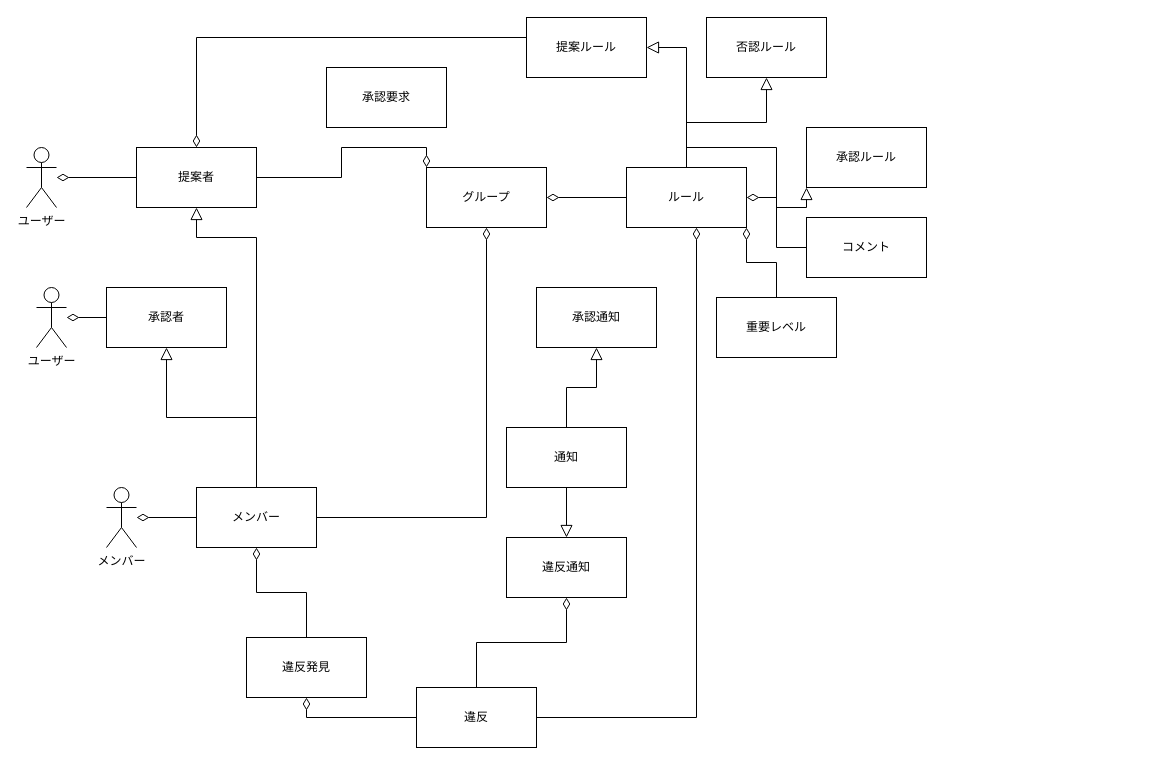
This is docs/diagrams/domain-model.drawio from Kota-Yamaguchi/home-rule-management, a draw.io file, before an edit. Source tidied: cells renumbered, new cells numbered last; positions are measured from the earlier drawing's top-left corner, leaving out a move shared by most shapes. Both pictures are drawn from the tidied source at 100%, with x=0, y=0 at pixel (26, 17).
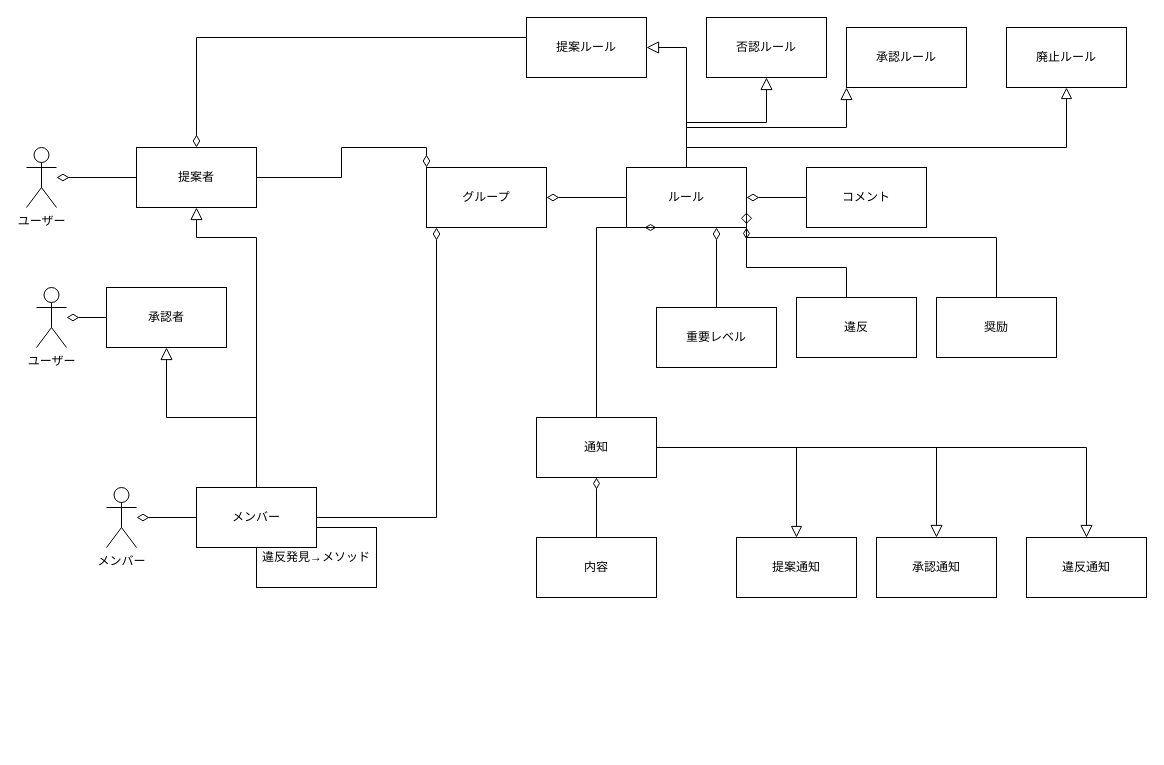
Above is the later version.

Unchanged cells that the change refers to:
```xml
<mxCell id="2" value="グループ" style="rounded=0;whiteSpace=wrap;html=1;" parent="1" vertex="1">
  <mxGeometry x="400" y="150" width="120" height="60" as="geometry" />
</mxCell>
<mxCell id="13" value="ルール" style="rounded=0;whiteSpace=wrap;html=1;" parent="1" vertex="1">
  <mxGeometry x="600" y="150" width="120" height="60" as="geometry" />
</mxCell>
<mxCell id="34" value="メンバー" style="rounded=0;whiteSpace=wrap;html=1;" parent="1" vertex="1">
  <mxGeometry x="170" y="470" width="120" height="60" as="geometry" />
</mxCell>
```

The edit, as a diff of the source:
```diff
@@
+    <mxCell id="41" style="edgeStyle=orthogonalEdgeStyle;rounded=0;jettySize=auto;html=1;entryX=0.5;entryY=1;entryDx=0;entryDy=0;endArrow=block;endFill=0;endSize=9;strokeWidth=1;" parent="1" edge="1" source="13" target="49">
+      <mxGeometry relative="1" as="geometry">
+        <Array as="points">
+          <mxPoint x="660" y="130" />
+          <mxPoint x="1040" y="130" />
+        </Array>
+      </mxGeometry>
+    </mxCell>
@@
-    <mxCell id="15" value="承認要求" style="rounded=0;whiteSpace=wrap;html=1;" parent="1" vertex="1">
-      <mxGeometry x="300" y="50" width="120" height="60" as="geometry" />
-    </mxCell>
@@
     <mxCell id="17" value="コメント" style="rounded=0;whiteSpace=wrap;html=1;" parent="1" vertex="1">
-      <mxGeometry x="780" y="200" width="120" height="60" as="geometry" />
+      <mxGeometry x="780" y="150" width="120" height="60" as="geometry" />
     </mxCell>
@@
-    <mxCell id="19" style="edgeStyle=orthogonalEdgeStyle;rounded=0;jettySize=auto;html=1;endArrow=diamondThin;endFill=0;endSize=10;" parent="1" edge="1" source="21" target="34">
-      <mxGeometry relative="1" as="geometry" />
-    </mxCell>
-    <mxCell id="20" style="edgeStyle=orthogonalEdgeStyle;rounded=0;jettySize=auto;html=1;endArrow=diamondThin;endFill=0;endSize=10;entryX=0.5;entryY=1;entryDx=0;entryDy=0;" parent="1" edge="1" source="34" target="2">
-      <mxGeometry relative="1" as="geometry" />
+    <mxCell id="20" style="edgeStyle=orthogonalEdgeStyle;rounded=0;jettySize=auto;html=1;endArrow=diamondThin;endFill=0;endSize=10;" parent="1" edge="1" source="34">
+      <mxGeometry relative="1" as="geometry">
+        <mxPoint x="410" y="210" as="targetPoint" />
+        <Array as="points">
+          <mxPoint x="410" y="500" />
+          <mxPoint x="410" y="210" />
+        </Array>
+      </mxGeometry>
     </mxCell>
-    <mxCell id="21" value="違反発見" style="rounded=0;whiteSpace=wrap;html=1;" parent="1" vertex="1">
-      <mxGeometry x="220" y="620" width="120" height="60" as="geometry" />
+    <mxCell id="21" value="違反発見→メソッド" style="rounded=0;whiteSpace=wrap;html=1;" parent="1" vertex="1">
+      <mxGeometry x="230" y="510" width="120" height="60" as="geometry" />
     </mxCell>
-    <mxCell id="22" style="edgeStyle=orthogonalEdgeStyle;rounded=0;jettySize=auto;html=1;entryX=1;entryY=1;entryDx=0;entryDy=0;endArrow=diamondThin;endFill=0;endSize=10;" parent="1" edge="1" source="23" target="13">
+    <mxCell id="22" style="edgeStyle=orthogonalEdgeStyle;rounded=0;jettySize=auto;html=1;entryX=0.75;entryY=1;entryDx=0;entryDy=0;endArrow=diamondThin;endFill=0;endSize=10;" parent="1" edge="1" source="23" target="13">
       <mxGeometry relative="1" as="geometry" />
     </mxCell>
     <mxCell id="23" value="重要レベル" style="rounded=0;whiteSpace=wrap;html=1;" parent="1" vertex="1">
-      <mxGeometry x="690" y="280" width="120" height="60" as="geometry" />
+      <mxGeometry x="630" y="290" width="120" height="60" as="geometry" />
     </mxCell>
@@
+    <mxCell id="42" style="edgeStyle=orthogonalEdgeStyle;rounded=0;jettySize=auto;html=1;entryX=0.25;entryY=1;entryDx=0;entryDy=0;endArrow=diamondThin;endFill=0;endSize=9;strokeWidth=1;" parent="1" edge="1" source="26" target="13">
+      <mxGeometry relative="1" as="geometry">
+        <Array as="points">
+          <mxPoint x="570" y="210" />
+        </Array>
+      </mxGeometry>
+    </mxCell>
+    <mxCell id="43" style="edgeStyle=orthogonalEdgeStyle;rounded=0;jettySize=auto;html=1;entryX=0.5;entryY=0;entryDx=0;entryDy=0;endArrow=block;endFill=0;endSize=9;strokeWidth=1;" parent="1" edge="1" source="26" target="46">
+      <mxGeometry relative="1" as="geometry" />
+    </mxCell>
     <mxCell id="26" value="通知" style="rounded=0;whiteSpace=wrap;html=1;" parent="1" vertex="1">
-      <mxGeometry x="480" y="410" width="120" height="60" as="geometry" />
+      <mxGeometry x="510" y="400" width="120" height="60" as="geometry" />
     </mxCell>
     <mxCell id="27" value="違反通知" style="rounded=0;whiteSpace=wrap;html=1;" parent="1" vertex="1">
-      <mxGeometry x="480" y="520" width="120" height="60" as="geometry" />
+      <mxGeometry x="1000" y="520" width="120" height="60" as="geometry" />
     </mxCell>
     <mxCell id="28" value="承認通知" style="rounded=0;whiteSpace=wrap;html=1;" parent="1" vertex="1">
-      <mxGeometry x="510" y="270" width="120" height="60" as="geometry" />
+      <mxGeometry x="850" y="520" width="120" height="60" as="geometry" />
     </mxCell>
@@
-    <mxCell id="35" style="edgeStyle=orthogonalEdgeStyle;rounded=0;jettySize=auto;html=1;entryX=0.5;entryY=1;entryDx=0;entryDy=0;endArrow=diamondThin;endFill=0;endSize=10;" parent="1" edge="1" source="38" target="21">
-      <mxGeometry relative="1" as="geometry" />
-    </mxCell>
-    <mxCell id="36" style="edgeStyle=orthogonalEdgeStyle;rounded=0;jettySize=auto;html=1;endArrow=diamondThin;endFill=0;endSize=10;" parent="1" edge="1" source="38" target="13">
+    <mxCell id="36" style="edgeStyle=orthogonalEdgeStyle;rounded=0;jettySize=auto;html=1;entryX=1;entryY=1;entryDx=0;entryDy=0;endArrow=diamondThin;endFill=0;endSize=9;strokeWidth=1;" parent="1" edge="1" source="38" target="13">
       <mxGeometry relative="1" as="geometry">
         <Array as="points">
-          <mxPoint x="670" y="700" />
+          <mxPoint x="820" y="250" />
+          <mxPoint x="720" y="250" />
         </Array>
       </mxGeometry>
     </mxCell>
-    <mxCell id="37" style="edgeStyle=orthogonalEdgeStyle;rounded=0;jettySize=auto;html=1;entryX=0.5;entryY=1;entryDx=0;entryDy=0;endArrow=diamondThin;endFill=0;endSize=10;" parent="1" edge="1" source="38" target="27">
-      <mxGeometry relative="1" as="geometry" />
-    </mxCell>
     <mxCell id="38" value="違反" style="rounded=0;whiteSpace=wrap;html=1;" parent="1" vertex="1">
-      <mxGeometry x="390" y="670" width="120" height="60" as="geometry" />
+      <mxGeometry x="770" y="280" width="120" height="60" as="geometry" />
     </mxCell>
     <mxCell id="39" value="承認ルール" style="rounded=0;whiteSpace=wrap;html=1;" parent="1" vertex="1">
-      <mxGeometry x="780" y="110" width="120" height="60" as="geometry" />
+      <mxGeometry x="820" y="10" width="120" height="60" as="geometry" />
     </mxCell>
@@
+    <mxCell id="44" style="edgeStyle=orthogonalEdgeStyle;rounded=0;jettySize=auto;html=1;entryX=0.5;entryY=1;entryDx=0;entryDy=0;endArrow=diamondThin;endFill=0;endSize=9;" parent="1" edge="1" source="45" target="26">
+      <mxGeometry relative="1" as="geometry" />
+    </mxCell>
+    <mxCell id="45" value="内容" style="rounded=0;whiteSpace=wrap;html=1;" parent="1" vertex="1">
+      <mxGeometry x="510" y="520" width="120" height="60" as="geometry" />
+    </mxCell>
+    <mxCell id="46" value="提案通知" style="rounded=0;whiteSpace=wrap;html=1;" parent="1" vertex="1">
+      <mxGeometry x="710" y="520" width="120" height="60" as="geometry" />
+    </mxCell>
+    <mxCell id="47" style="edgeStyle=orthogonalEdgeStyle;rounded=0;jettySize=auto;html=1;entryX=1;entryY=0.75;entryDx=0;entryDy=0;endArrow=diamond;endFill=0;endSize=9;strokeWidth=1;" parent="1" edge="1" source="48" target="13">
+      <mxGeometry relative="1" as="geometry">
+        <Array as="points">
+          <mxPoint x="970" y="220" />
+          <mxPoint x="720" y="220" />
+        </Array>
+      </mxGeometry>
+    </mxCell>
+    <mxCell id="48" value="奨励" style="rounded=0;whiteSpace=wrap;html=1;" parent="1" vertex="1">
+      <mxGeometry x="910" y="280" width="120" height="60" as="geometry" />
+    </mxCell>
+    <mxCell id="49" value="廃止ルール" style="rounded=0;whiteSpace=wrap;html=1;" parent="1" vertex="1">
+      <mxGeometry x="980" y="10" width="120" height="60" as="geometry" />
+    </mxCell>
```
